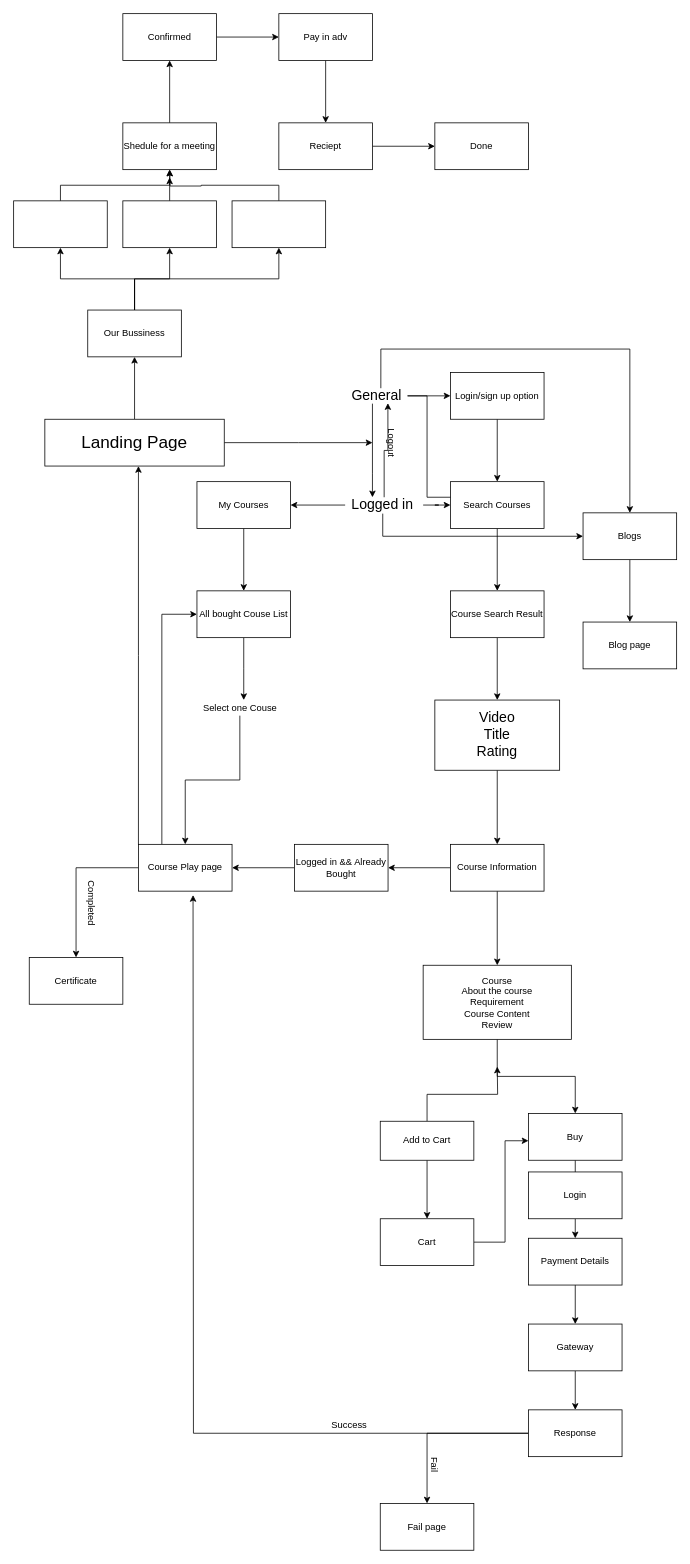
Before: Untitled Diagram.drawio in imranbarbhuiya/Nextjs-ejs-express-website, a draw.io diagram. Source tidied: cells renumbered, new cells numbered last; positions are measured from the earlier drawing's top-left corner, leaving out a move shared by most shapes. Both pictures are drawn from the tidied source at 78%, with x=0, y=0 at pixel (13, 13).
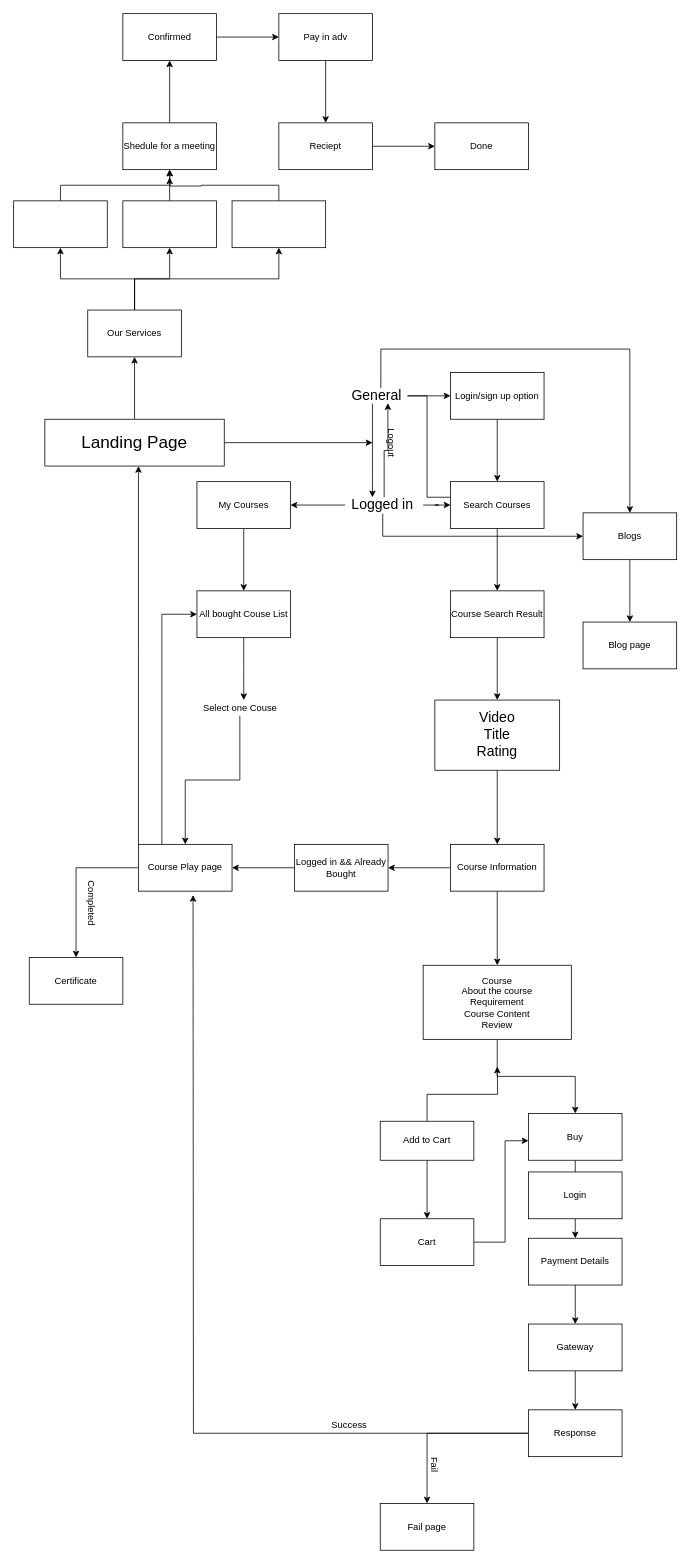
The same diagram, later.

Diff of the diagram source:
```diff
@@
-    <mxCell id="68" value="Our Bussiness" style="whiteSpace=wrap;html=1;rounded=0;" parent="1" vertex="1">
+    <mxCell id="68" value="Our Services" style="whiteSpace=wrap;html=1;rounded=0;" parent="1" vertex="1">
       <mxGeometry x="95" y="380" width="120" height="60" as="geometry" />
     </mxCell>
```
